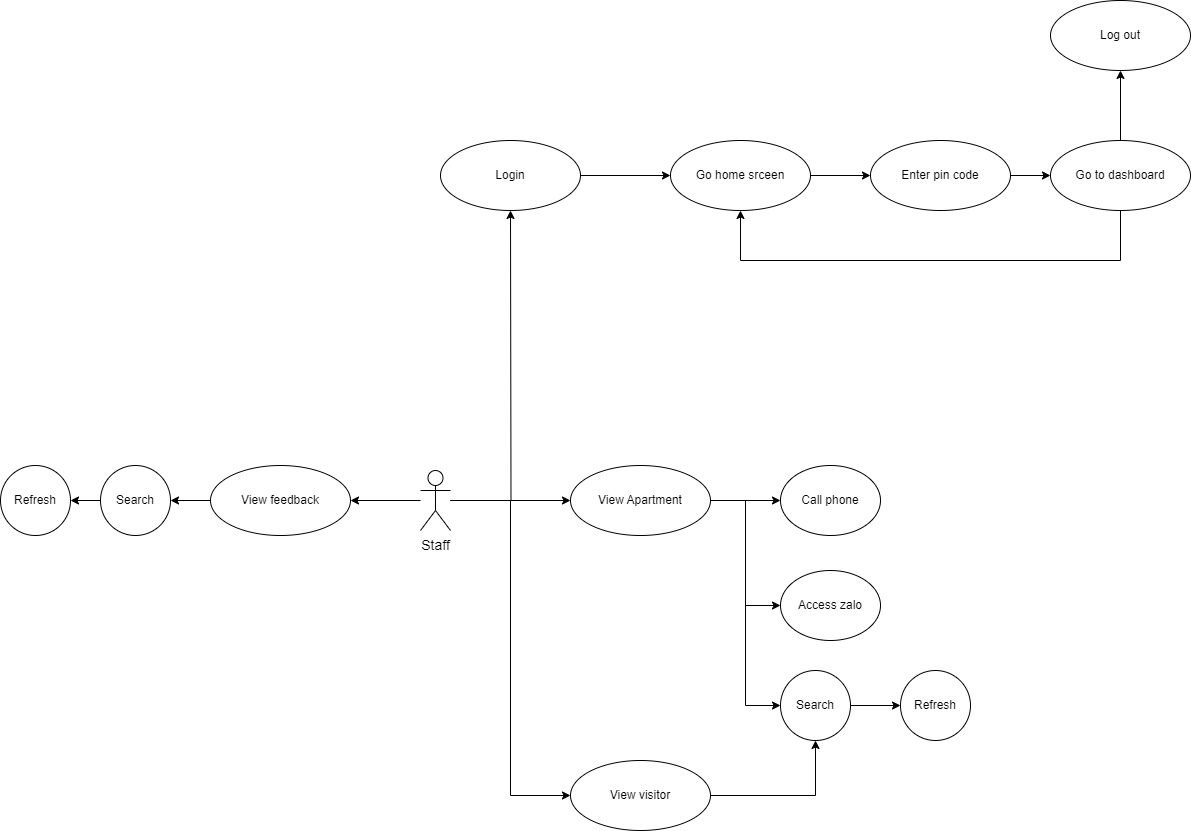
duongminhthanh/app_system_management_visitor_for_old_aparment keeps this draw.io diagram as diagram/usecase staff-Page-1.drawio.png. Above is the earlier version. Source tidied: cells renumbered, new cells last; positions are measured from the earlier drawing's top-left corner, leaving out a move shared by most shapes.
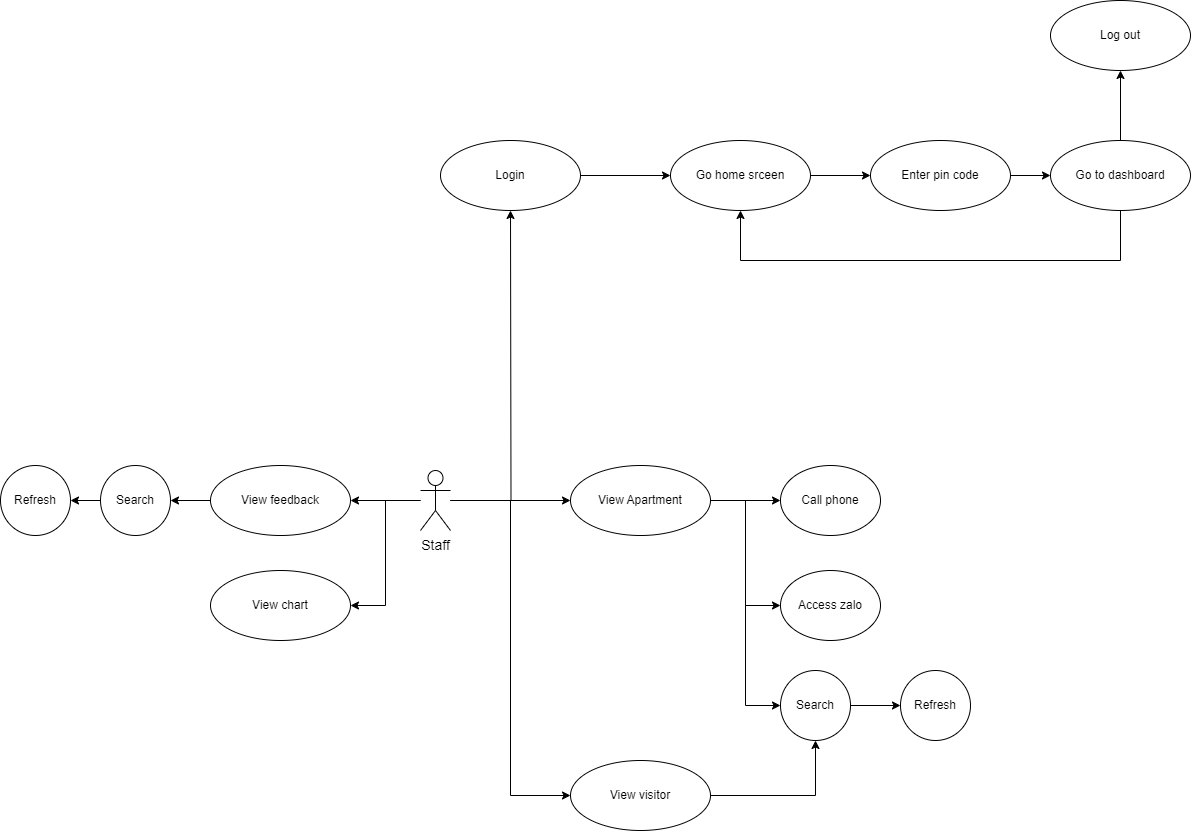
After the change.

What changed in the source:
```diff
@@ -16,6 +16,9 @@
     <mxCell id="5" style="edgeStyle=orthogonalEdgeStyle;rounded=0;jettySize=auto;html=1;entryX=1;entryY=0.5;entryDx=0;entryDy=0;" parent="1" edge="1" source="6" target="16">
       <mxGeometry relative="1" as="geometry" />
     </mxCell>
+    <mxCell id="33" style="edgeStyle=orthogonalEdgeStyle;rounded=0;jettySize=auto;html=1;entryX=1;entryY=0.5;entryDx=0;entryDy=0;" parent="1" edge="1" source="6" target="34">
+      <mxGeometry relative="1" as="geometry" />
+    </mxCell>
     <mxCell id="6" value="Staff" style="shape=umlActor;html=1;verticalLabelPosition=bottom;verticalAlign=top;align=center;fontSize=14;" parent="1" vertex="1">
       <mxGeometry x="420" y="470" width="30" height="60" as="geometry" />
     </mxCell>
@@ -102,5 +105,8 @@
     <mxCell id="32" value="Refresh" style="ellipse;whiteSpace=wrap;html=1;" parent="1" vertex="1">
       <mxGeometry y="465" width="70" height="70" as="geometry" />
     </mxCell>
+    <mxCell id="34" value="View chart" style="ellipse;whiteSpace=wrap;html=1;" parent="1" vertex="1">
+      <mxGeometry x="210" y="570" width="140" height="70" as="geometry" />
+    </mxCell>
   </root>
 </mxGraphModel>
```
